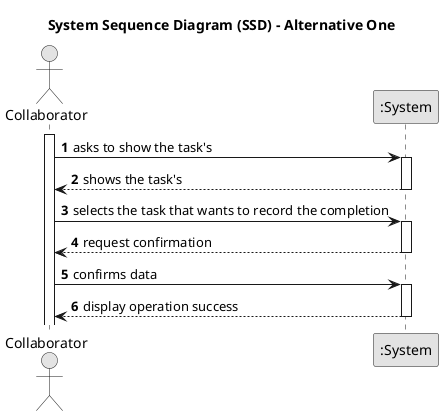
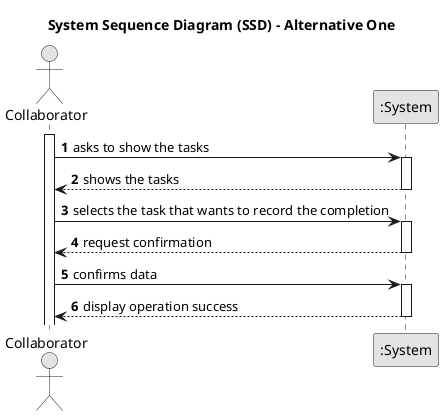
@startuml
skinparam monochrome true
skinparam packageStyle rectangle
skinparam shadowing false

title System Sequence Diagram (SSD) - Alternative One

autonumber

actor "Collaborator" as Collaborator
participant ":System" as System

activate Collaborator

-     Collaborator -> System : asks to show the task's
+     Collaborator -> System : asks to show the tasks
    activate System

-     System --> Collaborator : shows the task's
+     System --> Collaborator : shows the tasks
    deactivate System

    Collaborator -> System : selects the task that wants to record the completion
    activate System

    System --> Collaborator : request confirmation
    deactivate System

    Collaborator -> System : confirms data
    activate System

    System --> Collaborator : display operation success
    deactivate System
@enduml